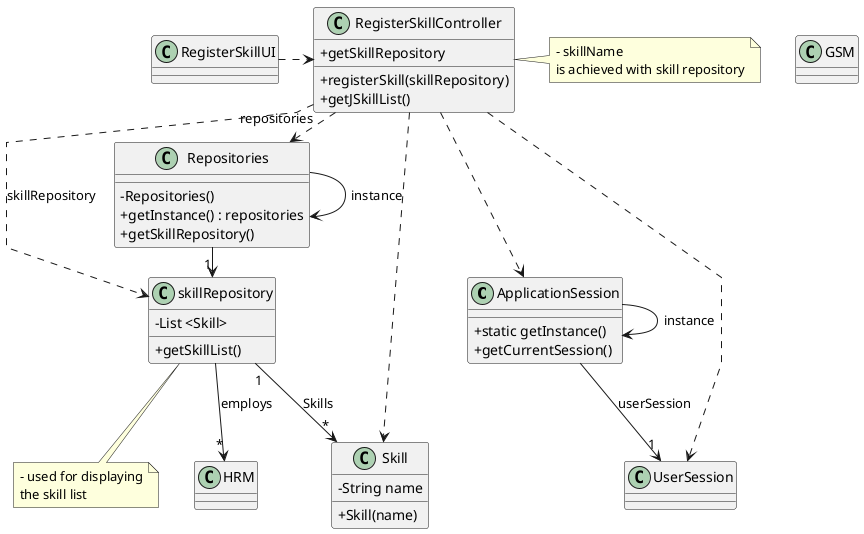
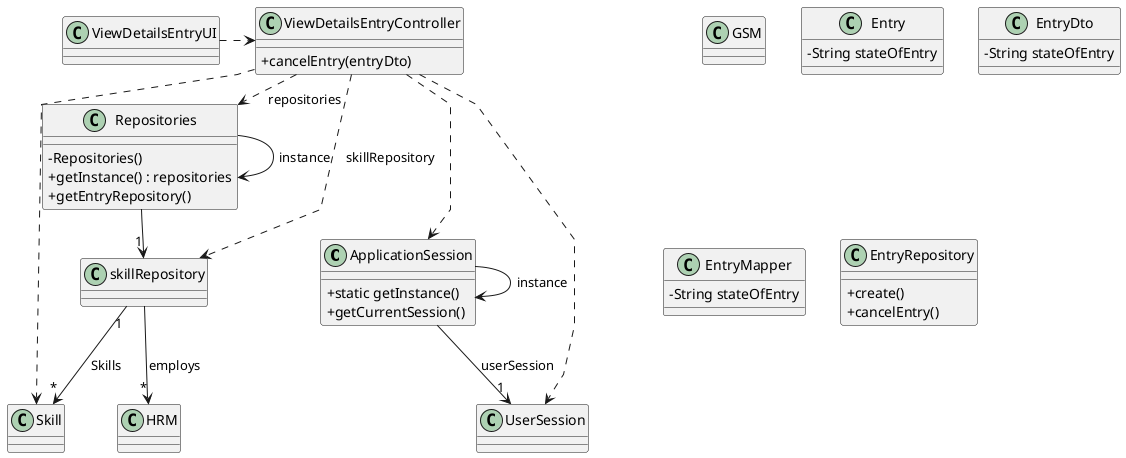
@startuml
'skinparam monochrome true
skinparam packageStyle rectangle
skinparam shadowing false
skinparam linetype polyline
'skinparam linetype orto

skinparam classAttributeIconSize 0

'left to right direction

class ApplicationSession{
    + static getInstance()
    + getCurrentSession()
}

class UserSession{
}

class GSM {
}

- class Skill {
-     - String name
-     + Skill(name)
+ class Entry {
+     - String stateOfEntry
+ }
+ 
+ class EntryDto {
+     - String stateOfEntry
+ }
+ 
+ class EntryMapper {
+     - String stateOfEntry
}


- 
- class skillRepository {
-     - List <Skill>
-     + getSkillList()
+ class EntryRepository{
+     + create()
+     + cancelEntry()
}


class Repositories {
    - Repositories()
    + getInstance() : repositories
-     + getSkillRepository()
+     + getEntryRepository()

}

- class RegisterSkillController{
-     + registerSkill(skillRepository)
-     + getJSkillList()
-     + getSkillRepository
+ class ViewDetailsEntryController{
+     + cancelEntry(entryDto)
}

- note right of RegisterSkillController
-     - skillName
-     is achieved with skill repository
- end note
- 
- note bottom of skillRepository
-     - used for displaying
-     the skill list
- end note
- 
- class RegisterSkillUI {
+ class ViewDetailsEntryUI {
}

Repositories -> Repositories : instance
+ 
ApplicationSession -> ApplicationSession : instance
+ ApplicationSession --> "1" UserSession : userSession

- RegisterSkillUI .> RegisterSkillController
+ ViewDetailsEntryUI .> ViewDetailsEntryController

- RegisterSkillController .> Repositories : repositories
+ ViewDetailsEntryController .> Repositories : repositories

Repositories -> "1" skillRepository
- RegisterSkillController ..> Skill
- RegisterSkillController ..> skillRepository : skillRepository


- ApplicationSession --> "1" UserSession : userSession

- RegisterSkillController ..> ApplicationSession
- RegisterSkillController ..> UserSession
+ ViewDetailsEntryController ..> Skill
+ ViewDetailsEntryController ..> skillRepository : skillRepository
+ ViewDetailsEntryController ..> ApplicationSession
+ ViewDetailsEntryController ..> UserSession

skillRepository "1" --> "*" Skill : Skills

skillRepository --> "*" HRM : employs

@enduml